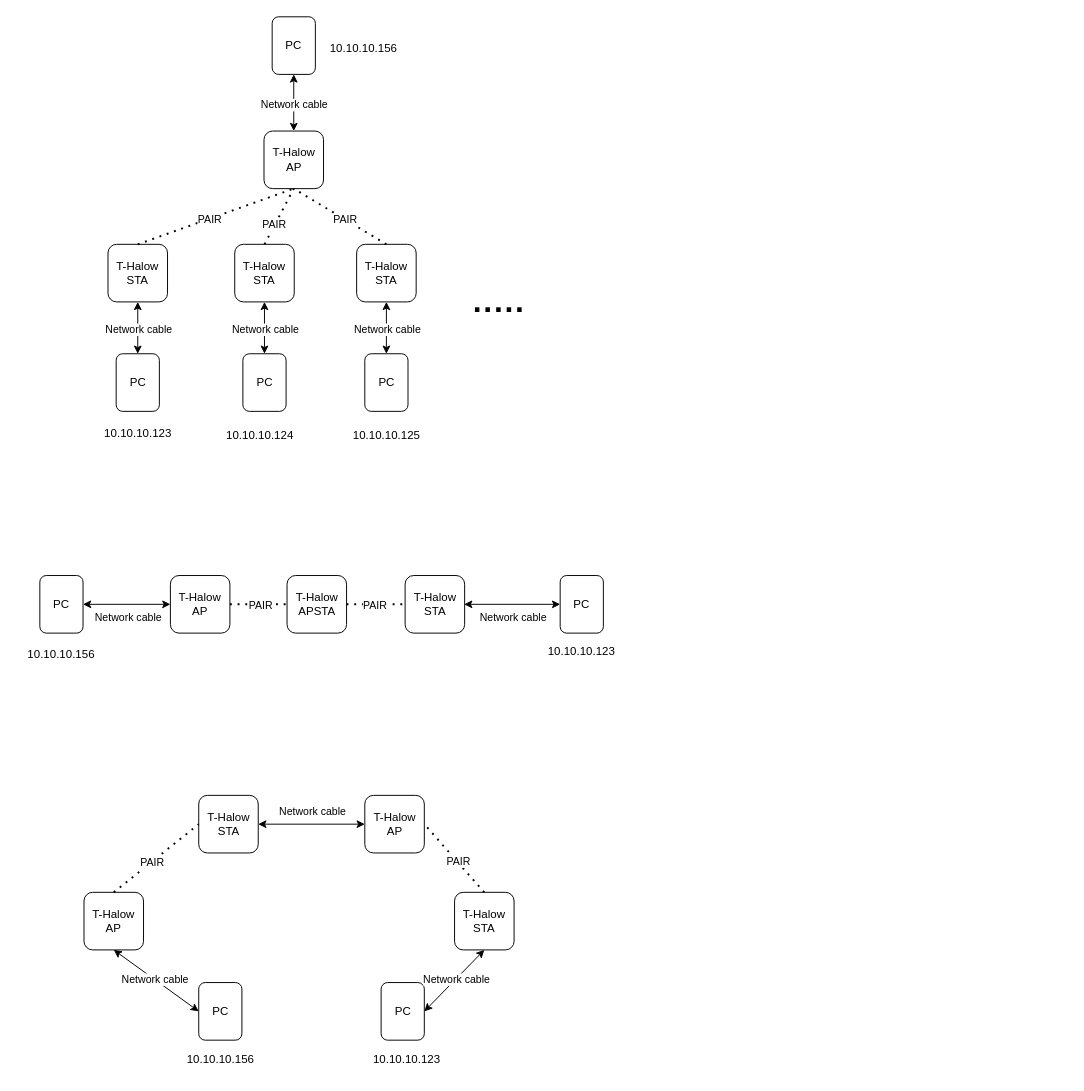
The draw.io diagram docs/ver1/work_mode.drawio in AMBelyakov/Halow, before the edit. Source tidied: cells renumbered, new cells numbered last; positions are measured from the earlier drawing's top-left corner, leaving out a move shared by most shapes. Both pictures are drawn from the tidied source at 96%, with x=0, y=0 at pixel (16, 16).
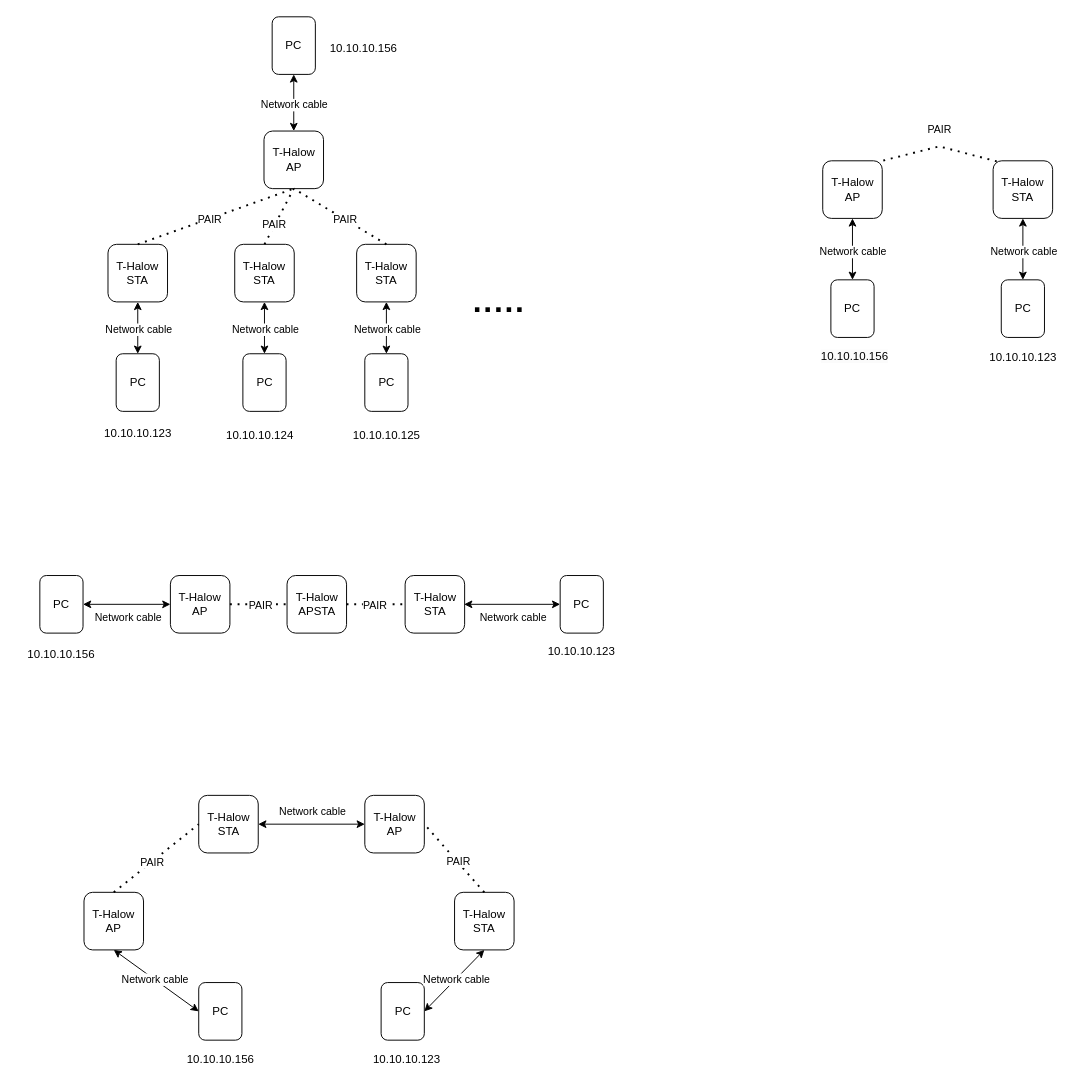
The same page after the edit.

Diff of the diagram source:
```diff
@@
+    <mxCell id="63" value="PC" style="rounded=1;whiteSpace=wrap;html=1;" parent="1" vertex="1">
+      <mxGeometry x="848" y="274" width="45" height="60" as="geometry" />
+    </mxCell>
+    <mxCell id="64" value="T-Halow&lt;div&gt;&lt;div&gt;AP&lt;/div&gt;&lt;/div&gt;" style="rounded=1;whiteSpace=wrap;html=1;" parent="1" vertex="1">
+      <mxGeometry x="839.5" y="150" width="62" height="60" as="geometry" />
+    </mxCell>
+    <mxCell id="65" value="PC" style="rounded=1;whiteSpace=wrap;html=1;" parent="1" vertex="1">
+      <mxGeometry x="1025.5" y="274" width="45" height="60" as="geometry" />
+    </mxCell>
+    <mxCell id="66" value="T-Halow&lt;div&gt;STA&lt;/div&gt;" style="rounded=1;whiteSpace=wrap;html=1;" parent="1" vertex="1">
+      <mxGeometry x="1017" y="150" width="62" height="60" as="geometry" />
+    </mxCell>
+    <mxCell id="67" style="endArrow=classic;startArrow=classic;html=1;rounded=0;exitX=0.5;exitY=1;exitDx=0;exitDy=0;entryX=0.5;entryY=0;entryDx=0;entryDy=0;" parent="1" edge="1" source="64" target="63">
+      <mxGeometry relative="1" as="geometry" />
+    </mxCell>
+    <mxCell id="68" value="Network cable" style="edgeLabel;html=1;align=center;verticalAlign=middle;" parent="67" vertex="1">
+      <mxGeometry x="0.05" relative="1" as="geometry" />
+    </mxCell>
+    <mxCell id="69" style="endArrow=classic;startArrow=classic;html=1;rounded=0;exitX=0.5;exitY=1;exitDx=0;exitDy=0;entryX=0.5;entryY=0;entryDx=0;entryDy=0;" parent="1" edge="1" source="66" target="65">
+      <mxGeometry relative="1" as="geometry" />
+    </mxCell>
+    <mxCell id="70" value="Network cable" style="edgeLabel;html=1;align=center;verticalAlign=middle;" parent="69" vertex="1">
+      <mxGeometry x="0.05" relative="1" as="geometry" />
+    </mxCell>
+    <mxCell id="71" value="&lt;span style=&quot;color: rgb(0, 0, 0); font-family: Helvetica; font-size: 12px; font-style: normal; font-variant-ligatures: normal; font-variant-caps: normal; font-weight: 400; letter-spacing: normal; orphans: 2; text-align: center; text-indent: 0px; text-transform: none; widows: 2; word-spacing: 0px; -webkit-text-stroke-width: 0px; white-space: normal; background-color: rgb(251, 251, 251); text-decoration-thickness: initial; text-decoration-style: initial; text-decoration-color: initial; display: inline !important; float: none;&quot;&gt;10.10.10.156&lt;/span&gt;" style="text;whiteSpace=wrap;html=1;" parent="1" vertex="1">
+      <mxGeometry x="836" y="340" width="98" height="36" as="geometry" />
+    </mxCell>
+    <mxCell id="72" value="10.10.10.123" style="text;html=1;align=center;verticalAlign=middle;whiteSpace=wrap;rounded=0;" parent="1" vertex="1">
+      <mxGeometry x="1001.5" y="340" width="93" height="30" as="geometry" />
+    </mxCell>
+    <mxCell id="73" style="endArrow=none;dashed=1;html=1;dashPattern=1 3;strokeWidth=2;rounded=0;exitX=0.061;exitY=0.01;exitDx=0;exitDy=0;entryX=1;entryY=0;entryDx=0;entryDy=0;exitPerimeter=0;" parent="1" edge="1" source="66" target="64">
+      <mxGeometry relative="1" as="geometry">
+        <Array as="points">
+          <mxPoint x="961" y="135" />
+        </Array>
+      </mxGeometry>
+    </mxCell>
+    <mxCell id="74" value="PAIR" style="edgeLabel;html=1;align=center;verticalAlign=middle;" parent="73" vertex="1">
+      <mxGeometry x="-0.09" relative="1" as="geometry">
+        <mxPoint x="-6" y="-19" as="offset" />
+      </mxGeometry>
+    </mxCell>
```
